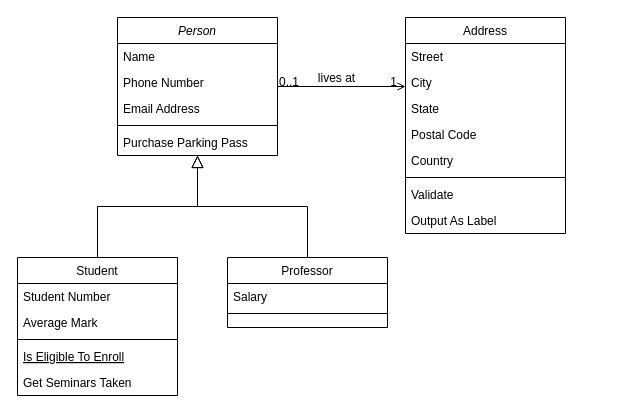
The draw.io diagram Untitled Diagram.drawio in connormc1010/ZFAC025_Final_Project, before the edit. Source tidied: cells renumbered, new cells numbered last; positions are measured from the earlier drawing's top-left corner, leaving out a move shared by most shapes. Both pictures are drawn from the tidied source at 100%, with x=0, y=0 at pixel (17, 17).
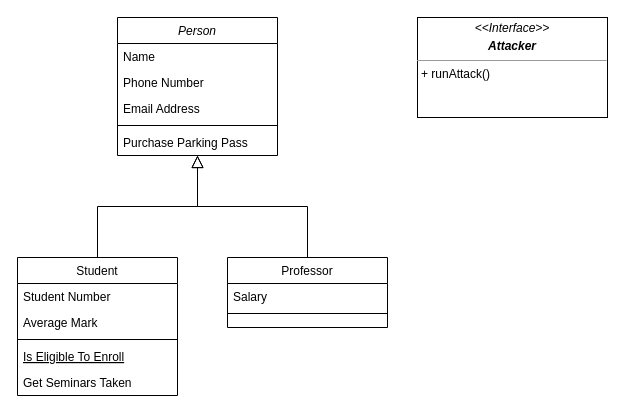
The same diagram, later.

The change refers to these unchanged cells:
```xml
<mxCell id="2" value="Person" style="swimlane;fontStyle=2;align=center;verticalAlign=top;horizontal=1;startSize=26;rounded=0;shadow=0;strokeWidth=1;" parent="1" vertex="1">
  <mxGeometry x="100" width="160" height="138" as="geometry" />
</mxCell>
```

Change to the diagram source:
```diff
@@
-    <mxCell id="19" value="Address" style="swimlane;fontStyle=0;align=center;verticalAlign=top;horizontal=1;startSize=26;rounded=0;shadow=0;strokeWidth=1;" parent="1" vertex="1">
-      <mxGeometry x="388" width="160" height="216" as="geometry" />
-    </mxCell>
-    <mxCell id="20" value="Street" style="text;align=left;verticalAlign=top;spacingLeft=4;spacingRight=4;overflow=hidden;" parent="19" vertex="1">
-      <mxGeometry y="26" width="160" height="26" as="geometry" />
-    </mxCell>
-    <mxCell id="21" value="City" style="text;align=left;verticalAlign=top;spacingLeft=4;spacingRight=4;overflow=hidden;rounded=0;shadow=0;html=0;" parent="19" vertex="1">
-      <mxGeometry y="52" width="160" height="26" as="geometry" />
-    </mxCell>
-    <mxCell id="22" value="State" style="text;align=left;verticalAlign=top;spacingLeft=4;spacingRight=4;overflow=hidden;rounded=0;shadow=0;html=0;" parent="19" vertex="1">
-      <mxGeometry y="78" width="160" height="26" as="geometry" />
-    </mxCell>
-    <mxCell id="23" value="Postal Code" style="text;align=left;verticalAlign=top;spacingLeft=4;spacingRight=4;overflow=hidden;rounded=0;shadow=0;html=0;" parent="19" vertex="1">
-      <mxGeometry y="104" width="160" height="26" as="geometry" />
-    </mxCell>
-    <mxCell id="24" value="Country" style="text;align=left;verticalAlign=top;spacingLeft=4;spacingRight=4;overflow=hidden;rounded=0;shadow=0;html=0;" parent="19" vertex="1">
-      <mxGeometry y="130" width="160" height="26" as="geometry" />
-    </mxCell>
-    <mxCell id="25" style="line;html=1;strokeWidth=1;align=left;verticalAlign=middle;spacingTop=-1;spacingLeft=3;spacingRight=3;labelPosition=right;" parent="19" vertex="1">
-      <mxGeometry y="156" width="160" height="8" as="geometry" />
-    </mxCell>
-    <mxCell id="26" value="Validate" style="text;align=left;verticalAlign=top;spacingLeft=4;spacingRight=4;overflow=hidden;" parent="19" vertex="1">
-      <mxGeometry y="164" width="160" height="26" as="geometry" />
-    </mxCell>
-    <mxCell id="27" value="Output As Label" style="text;align=left;verticalAlign=top;spacingLeft=4;spacingRight=4;overflow=hidden;" parent="19" vertex="1">
-      <mxGeometry y="190" width="160" height="26" as="geometry" />
-    </mxCell>
-    <mxCell id="28" style="endArrow=open;shadow=0;strokeWidth=1;rounded=0;endFill=1;edgeStyle=elbowEdgeStyle;elbow=vertical;" parent="1" edge="1" source="2" target="19">
-      <mxGeometry x="0.5" y="41" relative="1" as="geometry">
-        <mxPoint x="-40" y="32" as="offset" />
-      </mxGeometry>
-    </mxCell>
-    <mxCell id="29" value="0..1" style="align=left;verticalAlign=bottom;labelBackgroundColor=none;fontSize=12;" parent="28" vertex="1">
-      <mxGeometry x="-1" relative="1" as="geometry">
-        <mxPoint y="4" as="offset" />
-      </mxGeometry>
-    </mxCell>
-    <mxCell id="30" value="1" style="align=right;verticalAlign=bottom;labelBackgroundColor=none;fontSize=12;" parent="28" vertex="1">
-      <mxGeometry x="1" relative="1" as="geometry">
-        <mxPoint x="-7" y="4" as="offset" />
-      </mxGeometry>
-    </mxCell>
-    <mxCell id="31" value="lives at" style="text;html=1;align=center;verticalAlign=middle;labelBackgroundColor=none;rounded=0;shadow=0;strokeWidth=1;fontSize=12;" parent="28" vertex="1">
-      <mxGeometry x="0.5" y="49" relative="1" as="geometry">
-        <mxPoint x="-38" y="40" as="offset" />
-      </mxGeometry>
-    </mxCell>
+    <mxCell id="32" value="&lt;p style=&quot;margin: 0px ; margin-top: 4px ; text-align: center&quot;&gt;&lt;i&gt;&amp;lt;&amp;lt;Interface&amp;gt;&amp;gt;&lt;/i&gt;&lt;br&gt;&lt;/p&gt;&lt;p style=&quot;margin: 0px ; margin-top: 4px ; text-align: center&quot;&gt;&lt;i&gt;&lt;b&gt;Attacker&lt;/b&gt;&lt;/i&gt;&lt;/p&gt;&lt;hr size=&quot;1&quot;&gt;&lt;p style=&quot;margin: 0px ; margin-left: 4px&quot;&gt;+ runAttack()&lt;br&gt;&lt;/p&gt;" style="verticalAlign=top;align=left;overflow=fill;fontSize=12;fontFamily=Helvetica;html=1;" parent="1" vertex="1">
+      <mxGeometry x="400" width="190" height="100" as="geometry" />
+    </mxCell>
```
